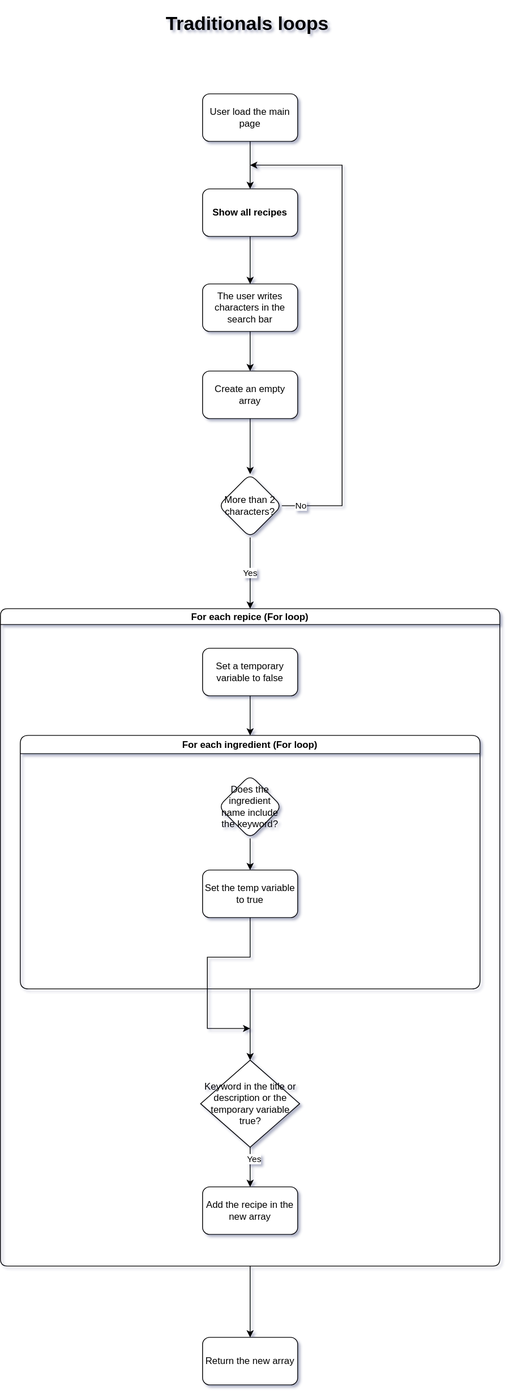
Before: filterByKeyword.svg, a diagram exported from draw.io (nitatemic/Les-Petits-Plats_Alexandre_de_lemeny_makedone_202207). Source tidied: cells renumbered, new cells last; positions are measured from the earlier drawing's top-left corner, leaving out a move shared by most shapes.
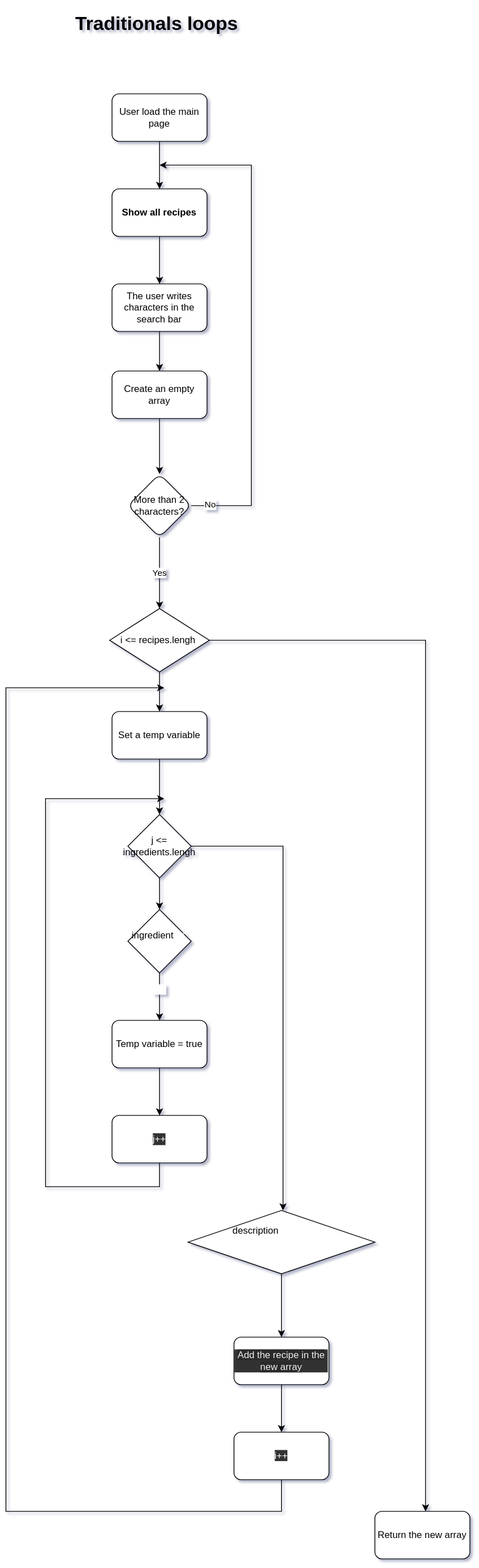
The same file after the commit.

Change to the diagram source:
```diff
@@ -40,68 +40,100 @@
     <mxCell id="11" value="No" style="edgeLabel;html=1;align=center;verticalAlign=middle;" parent="10" vertex="1">
       <mxGeometry x="-0.93" y="1" relative="1" as="geometry" />
     </mxCell>
-    <mxCell id="12" value="Yes" style="edgeStyle=orthogonalEdgeStyle;rounded=0;jettySize=auto;html=1;exitX=0.5;exitY=1;exitDx=0;exitDy=0;entryX=0.5;entryY=0;entryDx=0;entryDy=0;" parent="1" edge="1" source="13" target="15">
-      <mxGeometry relative="1" as="geometry" />
+    <mxCell id="12" value="Yes" style="edgeStyle=orthogonalEdgeStyle;rounded=0;jettySize=auto;html=1;exitX=0.5;exitY=1;exitDx=0;exitDy=0;entryX=0.5;entryY=0;entryDx=0;entryDy=0;" parent="1" edge="1" source="13">
+      <mxGeometry relative="1" as="geometry">
+        <mxPoint x="315" y="758" as="targetPoint" />
+      </mxGeometry>
     </mxCell>
     <mxCell id="13" value="More than 2 characters?" style="rhombus;whiteSpace=wrap;html=1;rounded=1;" parent="1" vertex="1">
       <mxGeometry x="275" y="588" width="80" height="80" as="geometry" />
     </mxCell>
-    <mxCell id="14" style="edgeStyle=orthogonalEdgeStyle;rounded=0;jettySize=auto;html=1;" parent="1" edge="1" source="15">
-      <mxGeometry relative="1" as="geometry">
-        <mxPoint x="315" y="1678" as="targetPoint" />
-      </mxGeometry>
-    </mxCell>
-    <mxCell id="15" value="For each repice (For loop)" style="swimlane;rounded=1;startSize=20;" parent="1" vertex="1">
-      <mxGeometry y="758" width="630" height="830" as="geometry" />
-    </mxCell>
-    <mxCell id="16" style="edgeStyle=orthogonalEdgeStyle;rounded=0;jettySize=auto;html=1;" parent="15" edge="1" source="17" target="25">
-      <mxGeometry relative="1" as="geometry" />
-    </mxCell>
-    <mxCell id="17" value="For each ingredient (For loop)" style="swimlane;rounded=1;" parent="15" vertex="1">
-      <mxGeometry x="25" y="160" width="580" height="320" as="geometry" />
-    </mxCell>
-    <mxCell id="18" style="edgeStyle=orthogonalEdgeStyle;rounded=0;jettySize=auto;html=1;exitX=0.5;exitY=1;exitDx=0;exitDy=0;entryX=0.5;entryY=0;entryDx=0;entryDy=0;" parent="17" edge="1" source="19" target="20">
-      <mxGeometry relative="1" as="geometry" />
-    </mxCell>
-    <mxCell id="19" value="Does the ingredient name include the keyword?" style="rhombus;whiteSpace=wrap;html=1;rounded=1;" parent="17" vertex="1">
-      <mxGeometry x="250" y="50" width="80" height="80" as="geometry" />
-    </mxCell>
-    <mxCell id="20" value="Set the temp variable to true" style="rounded=1;whiteSpace=wrap;html=1;" parent="17" vertex="1">
-      <mxGeometry x="230" y="170" width="120" height="60" as="geometry" />
-    </mxCell>
-    <mxCell id="21" style="edgeStyle=orthogonalEdgeStyle;rounded=0;jettySize=auto;html=1;entryX=0.5;entryY=0;entryDx=0;entryDy=0;" parent="15" edge="1" source="22" target="17">
-      <mxGeometry relative="1" as="geometry" />
-    </mxCell>
-    <mxCell id="22" value="Set a temporary variable to false" style="rounded=1;whiteSpace=wrap;html=1;" parent="15" vertex="1">
-      <mxGeometry x="255" y="50" width="120" height="60" as="geometry" />
-    </mxCell>
-    <mxCell id="23" style="edgeStyle=orthogonalEdgeStyle;rounded=0;jettySize=auto;html=1;entryX=0.5;entryY=0;entryDx=0;entryDy=0;" parent="15" edge="1" source="25" target="26">
-      <mxGeometry relative="1" as="geometry" />
-    </mxCell>
-    <mxCell id="24" value="Yes" style="edgeLabel;html=1;align=center;verticalAlign=middle;" parent="23" vertex="1">
-      <mxGeometry x="-0.44" y="4" relative="1" as="geometry" />
-    </mxCell>
-    <mxCell id="25" value="Keyword in the title or description or the temporary variable true?" style="rhombus;whiteSpace=wrap;html=1;" parent="15" vertex="1">
-      <mxGeometry x="252.5" y="570" width="125" height="110" as="geometry" />
-    </mxCell>
-    <mxCell id="26" value="Add the recipe in the new array" style="rounded=1;whiteSpace=wrap;html=1;" parent="15" vertex="1">
-      <mxGeometry x="255" y="730" width="120" height="60" as="geometry" />
-    </mxCell>
-    <mxCell id="27" style="edgeStyle=orthogonalEdgeStyle;rounded=0;jettySize=auto;html=1;exitX=0.5;exitY=1;exitDx=0;exitDy=0;" parent="1" edge="1" source="20">
-      <mxGeometry relative="1" as="geometry">
-        <mxPoint x="315" y="1288" as="targetPoint" />
-        <Array as="points">
-          <mxPoint x="315" y="1198" />
-          <mxPoint x="261" y="1198" />
-          <mxPoint x="261" y="1288" />
-        </Array>
-      </mxGeometry>
-    </mxCell>
     <mxCell id="28" value="Return the new array" style="rounded=1;whiteSpace=wrap;html=1;" parent="1" vertex="1">
-      <mxGeometry x="255" y="1678" width="120" height="60" as="geometry" />
+      <mxGeometry x="587" y="1898" width="120" height="60" as="geometry" />
     </mxCell>
     <mxCell id="29" value="&lt;h1&gt;Traditionals loops&lt;/h1&gt;" style="text;html=1;strokeColor=none;fillColor=none;spacing=5;spacingTop=-20;whiteSpace=wrap;overflow=hidden;rounded=0;" parent="1" vertex="1">
       <mxGeometry x="204" width="222" height="69" as="geometry" />
     </mxCell>
+    <mxCell id="30" style="edgeStyle=orthogonalEdgeStyle;rounded=0;jettySize=auto;html=1;" parent="1" edge="1" source="32" target="34">
+      <mxGeometry relative="1" as="geometry" />
+    </mxCell>
+    <mxCell id="31" style="edgeStyle=orthogonalEdgeStyle;rounded=0;jettySize=auto;html=1;fontColor=#FFFFFF;" parent="1" edge="1" source="32">
+      <mxGeometry relative="1" as="geometry">
+        <mxPoint x="651" y="1898" as="targetPoint" />
+      </mxGeometry>
+    </mxCell>
+    <mxCell id="32" value="i &amp;lt;= recipes.lengh&amp;nbsp;" style="rhombus;whiteSpace=wrap;html=1;" parent="1" vertex="1">
+      <mxGeometry x="252" y="758" width="126" height="80" as="geometry" />
+    </mxCell>
+    <mxCell id="33" style="edgeStyle=orthogonalEdgeStyle;rounded=0;jettySize=auto;html=1;" parent="1" edge="1" source="34" target="37">
+      <mxGeometry relative="1" as="geometry" />
+    </mxCell>
+    <mxCell id="34" value="Set a temp variable" style="rounded=1;whiteSpace=wrap;html=1;" parent="1" vertex="1">
+      <mxGeometry x="255" y="888" width="120" height="60" as="geometry" />
+    </mxCell>
+    <mxCell id="35" style="edgeStyle=orthogonalEdgeStyle;rounded=0;jettySize=auto;html=1;fontColor=#FFFFFF;" parent="1" edge="1" source="37" target="41">
+      <mxGeometry relative="1" as="geometry" />
+    </mxCell>
+    <mxCell id="36" style="edgeStyle=orthogonalEdgeStyle;rounded=0;jettySize=auto;html=1;fontColor=#FFFFFF;" parent="1" edge="1" source="37">
+      <mxGeometry relative="1" as="geometry">
+        <mxPoint x="471" y="1518" as="targetPoint" />
+      </mxGeometry>
+    </mxCell>
+    <mxCell id="37" value="j &amp;lt;= ingredients.lengh" style="rhombus;whiteSpace=wrap;html=1;" parent="1" vertex="1">
+      <mxGeometry x="275" y="1018" width="80" height="80" as="geometry" />
+    </mxCell>
+    <mxCell id="38" style="edgeStyle=orthogonalEdgeStyle;rounded=0;jettySize=auto;html=1;fontColor=#FFFFFF;" parent="1" edge="1" source="39" target="47">
+      <mxGeometry relative="1" as="geometry" />
+    </mxCell>
+    <mxCell id="39" value="Temp variable = true" style="rounded=1;whiteSpace=wrap;html=1;" parent="1" vertex="1">
+      <mxGeometry x="255" y="1278" width="120" height="60" as="geometry" />
+    </mxCell>
+    <mxCell id="40" style="edgeStyle=orthogonalEdgeStyle;rounded=0;jettySize=auto;html=1;fontColor=#FFFFFF;" parent="1" edge="1" source="41" target="39">
+      <mxGeometry relative="1" as="geometry" />
+    </mxCell>
+    <mxCell id="24" value="Yes" style="edgeLabel;html=1;align=center;verticalAlign=middle;fontColor=#FFFFFF;" parent="40" vertex="1">
+      <mxGeometry x="-0.3" relative="1" as="geometry" />
+    </mxCell>
+    <mxCell id="41" value="ingredient&amp;nbsp;&lt;span style=&quot;color: rgb(255 , 255 , 255) ; text-align: left&quot;&gt;⊂ keyword ?&lt;/span&gt;" style="rhombus;whiteSpace=wrap;html=1;" parent="1" vertex="1">
+      <mxGeometry x="275" y="1138" width="80" height="80" as="geometry" />
+    </mxCell>
+    <mxCell id="42" style="edgeStyle=orthogonalEdgeStyle;rounded=0;jettySize=auto;html=1;fontColor=#FFFFFF;" parent="1" edge="1" source="43" target="26">
+      <mxGeometry relative="1" as="geometry" />
+    </mxCell>
+    <mxCell id="43" value="description&amp;nbsp;&lt;span style=&quot;color: rgb(255 , 255 , 255) ; text-align: left&quot;&gt;⊂ keyword&lt;br&gt;title&amp;nbsp;&lt;/span&gt;&lt;span style=&quot;color: rgb(255 , 255 , 255) ; text-align: left&quot;&gt;⊂ keyword&lt;br&gt;&lt;/span&gt;&lt;span style=&quot;color: rgb(255 , 255 , 255) ; text-align: left&quot;&gt;temp = true ?&lt;br&gt;&lt;/span&gt;" style="rhombus;whiteSpace=wrap;html=1;" parent="1" vertex="1">
+      <mxGeometry x="351" y="1518" width="236" height="80" as="geometry" />
+    </mxCell>
+    <mxCell id="44" style="edgeStyle=orthogonalEdgeStyle;rounded=0;jettySize=auto;html=1;fontColor=#FFFFFF;" parent="1" edge="1" source="45">
+      <mxGeometry relative="1" as="geometry">
+        <mxPoint x="321" y="858" as="targetPoint" />
+        <Array as="points">
+          <mxPoint x="469" y="1898" />
+          <mxPoint x="121" y="1898" />
+          <mxPoint x="121" y="858" />
+        </Array>
+      </mxGeometry>
+    </mxCell>
+    <mxCell id="45" value="&lt;span style=&quot;background-color: rgb(51 , 51 , 51)&quot;&gt;i++&lt;/span&gt;" style="rounded=1;whiteSpace=wrap;html=1;labelBackgroundColor=#FFFFFF;fontColor=#FFFFFF;" parent="1" vertex="1">
+      <mxGeometry x="409" y="1798" width="120" height="60" as="geometry" />
+    </mxCell>
+    <mxCell id="46" style="edgeStyle=orthogonalEdgeStyle;rounded=0;jettySize=auto;html=1;fontColor=#FFFFFF;" parent="1" edge="1" source="47">
+      <mxGeometry relative="1" as="geometry">
+        <mxPoint x="321" y="998" as="targetPoint" />
+        <Array as="points">
+          <mxPoint x="315" y="1488" />
+          <mxPoint x="171" y="1488" />
+          <mxPoint x="171" y="998" />
+        </Array>
+      </mxGeometry>
+    </mxCell>
+    <mxCell id="47" value="j++" style="rounded=1;whiteSpace=wrap;html=1;labelBackgroundColor=#333333;fontColor=#FFFFFF;" parent="1" vertex="1">
+      <mxGeometry x="255" y="1398" width="120" height="60" as="geometry" />
+    </mxCell>
+    <mxCell id="48" style="edgeStyle=orthogonalEdgeStyle;rounded=0;jettySize=auto;html=1;fontColor=#FFFFFF;" parent="1" edge="1" source="26" target="45">
+      <mxGeometry relative="1" as="geometry" />
+    </mxCell>
+    <mxCell id="26" value="&lt;span style=&quot;color: rgb(240 , 240 , 240) ; background-color: rgb(42 , 42 , 42)&quot;&gt;Add the recipe in the new array&lt;/span&gt;" style="rounded=1;whiteSpace=wrap;html=1;labelBackgroundColor=#333333;fontColor=#FFFFFF;" parent="1" vertex="1">
+      <mxGeometry x="409" y="1678" width="120" height="60" as="geometry" />
+    </mxCell>
   </root>
 </mxGraphModel>
```
